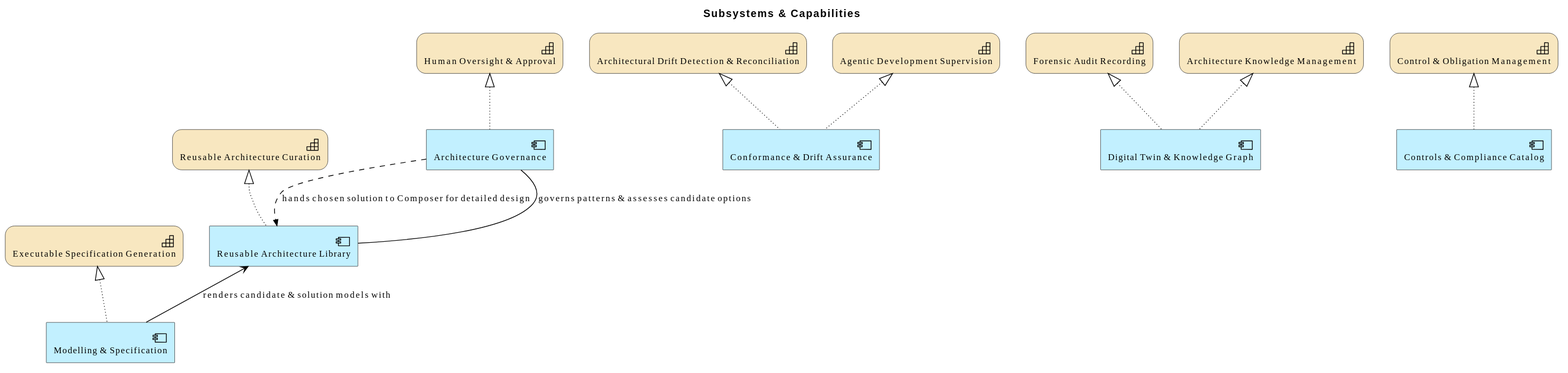
Before: architecture/model/diagrams/layered/subsystem-capabilities.svg, a diagram exported from PlantUML (wolffy-au/frictionless-architect). Its diagram source:
```plantuml
@startuml
!include <archimate/Archimate>

title Subsystems & Capabilities

Strategy_Capability(e_id18ec07397a9d5f, "Architecture Knowledge Management")
Strategy_Capability(e_idafba1b4ab1e756, "Executable Specification Generation")
Strategy_Capability(e_id4a1c34ab69d151, "Agentic Development Supervision")
Strategy_Capability(e_idc29413a2099958, "Forensic Audit Recording")
Strategy_Capability(e_id41aa3eb894c852, "Architectural Drift Detection & Reconciliation")
Strategy_Capability(e_id08f340a094e552, "Human Oversight & Approval")
Strategy_Capability(e_id72468b5b403450, "Control & Obligation Management")
Strategy_Capability(e_id752d1de3794f5f, "Reusable Architecture Curation")
Application_Component(e_ide4bef3733af65a, "Controls & Compliance Catalog")
Application_Component(e_id3b0beba52b5a5c, "Reusable Architecture Library")
Application_Component(e_id3da203d482f955, "Digital Twin & Knowledge Graph")
Application_Component(e_id0d5bd02b5ffe5e, "Architecture Governance")
Application_Component(e_id492c882252a953, "Conformance & Drift Assurance")
Application_Component(e_id82f04fecbdd85e, "Modelling & Specification")

Rel_Realization_Up(e_ide4bef3733af65a, e_id72468b5b403450, "")
Rel_Realization_Up(e_id3b0beba52b5a5c, e_id752d1de3794f5f, "")
Rel_Realization_Up(e_id3da203d482f955, e_id18ec07397a9d5f, "")
Rel_Realization_Up(e_id3da203d482f955, e_idc29413a2099958, "")
Rel_Realization_Up(e_id82f04fecbdd85e, e_idafba1b4ab1e756, "")
Rel_Realization_Up(e_id492c882252a953, e_id4a1c34ab69d151, "")
Rel_Realization_Up(e_id492c882252a953, e_id41aa3eb894c852, "")
Rel_Realization_Up(e_id0d5bd02b5ffe5e, e_id08f340a094e552, "")
Rel_Serving_Up(e_id82f04fecbdd85e, e_id3b0beba52b5a5c, "renders candidate & solution models with")
Rel_Association(e_id0d5bd02b5ffe5e, e_id3b0beba52b5a5c, "governs patterns & assesses candidate options")
Rel_Flow_Right(e_id0d5bd02b5ffe5e, e_id3b0beba52b5a5c, "hands chosen solution to Composer for detailed design")
@enduml
```
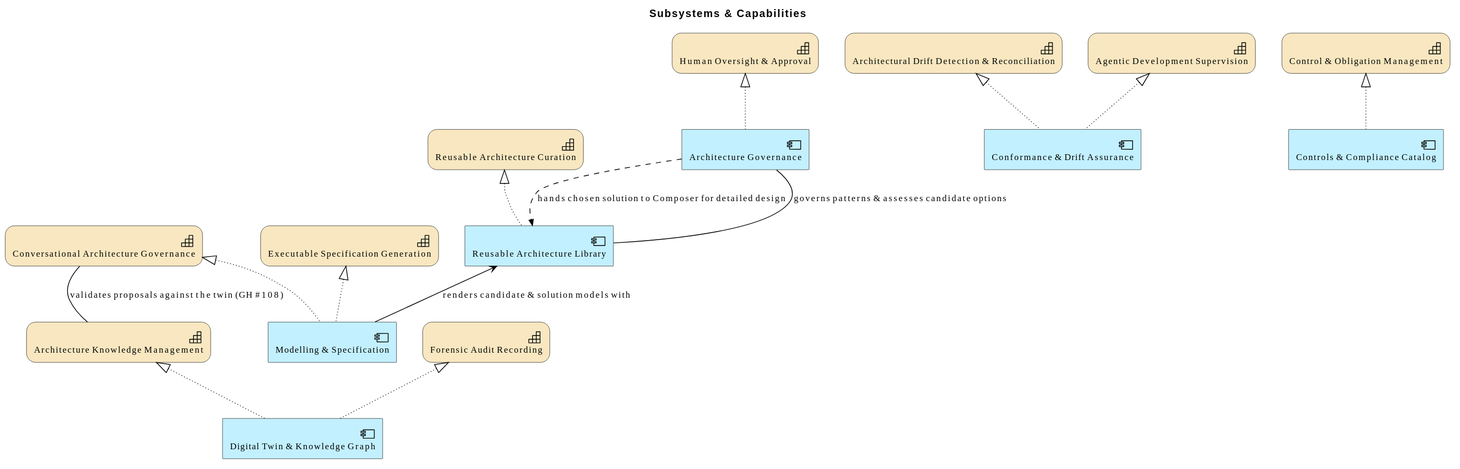
The same diagram one commit later.

Commit message:
fix(model): widen Subsystems & Capabilities' scope via include_types

Diff of the diagram source:
```diff
@@ -11,6 +11,7 @@
 Strategy_Capability(e_id08f340a094e552, "Human Oversight & Approval")
 Strategy_Capability(e_id72468b5b403450, "Control & Obligation Management")
 Strategy_Capability(e_id752d1de3794f5f, "Reusable Architecture Curation")
+Strategy_Capability(e_id6c60f4feb89058, "Conversational Architecture Governance")
 Application_Component(e_ide4bef3733af65a, "Controls & Compliance Catalog")
 Application_Component(e_id3b0beba52b5a5c, "Reusable Architecture Library")
 Application_Component(e_id3da203d482f955, "Digital Twin & Knowledge Graph")
@@ -18,11 +19,13 @@
 Application_Component(e_id492c882252a953, "Conformance & Drift Assurance")
 Application_Component(e_id82f04fecbdd85e, "Modelling & Specification")
 
+Rel_Association(e_id6c60f4feb89058, e_id18ec07397a9d5f, "validates proposals against the twin (GH #108)")
 Rel_Realization_Up(e_ide4bef3733af65a, e_id72468b5b403450, "")
 Rel_Realization_Up(e_id3b0beba52b5a5c, e_id752d1de3794f5f, "")
 Rel_Realization_Up(e_id3da203d482f955, e_id18ec07397a9d5f, "")
 Rel_Realization_Up(e_id3da203d482f955, e_idc29413a2099958, "")
 Rel_Realization_Up(e_id82f04fecbdd85e, e_idafba1b4ab1e756, "")
+Rel_Realization_Up(e_id82f04fecbdd85e, e_id6c60f4feb89058, "")
 Rel_Realization_Up(e_id492c882252a953, e_id4a1c34ab69d151, "")
 Rel_Realization_Up(e_id492c882252a953, e_id41aa3eb894c852, "")
 Rel_Realization_Up(e_id0d5bd02b5ffe5e, e_id08f340a094e552, "")
```
